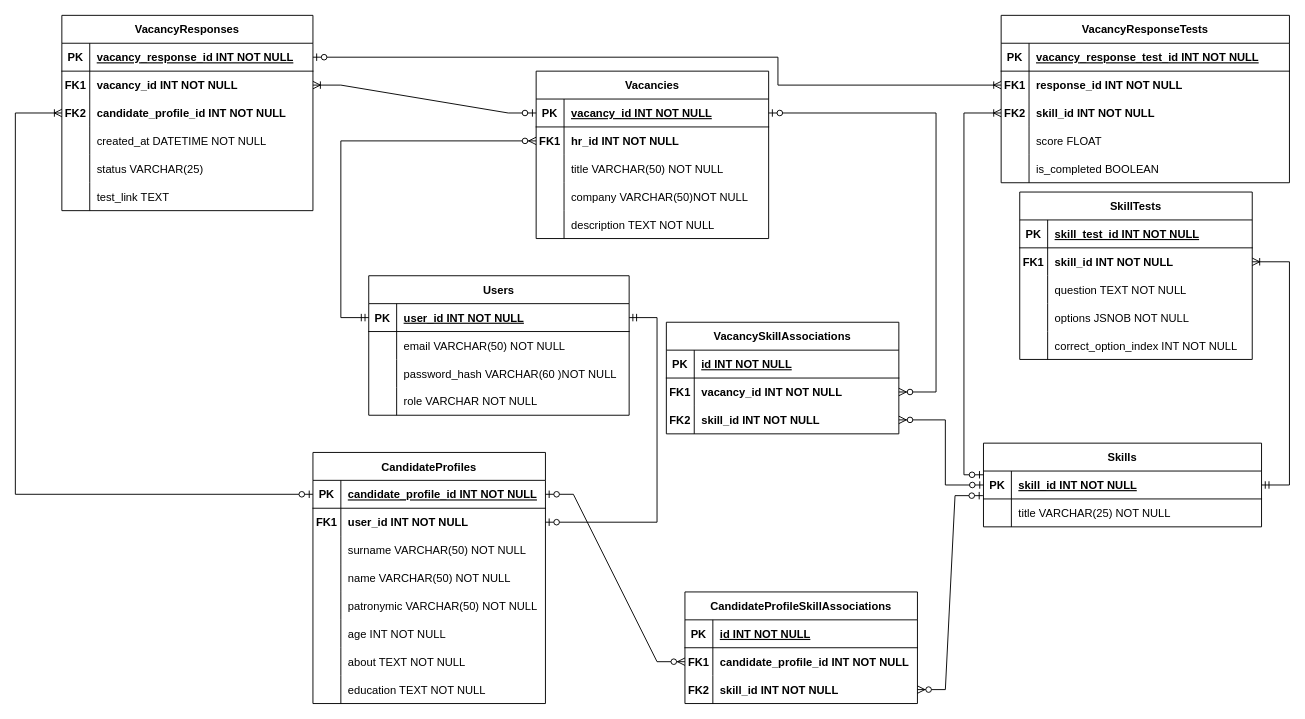
This is Дипломная работа/диаграммы/drawio/er.drawio from MatveyMahlyshev/vkrfiles, a draw.io file, before an edit. Source tidied: cells renumbered, new cells numbered last; positions are measured from the earlier drawing's top-left corner, leaving out a move shared by most shapes. Both pictures are drawn from the tidied source at 93%, with x=0, y=0 at pixel (15, 15).
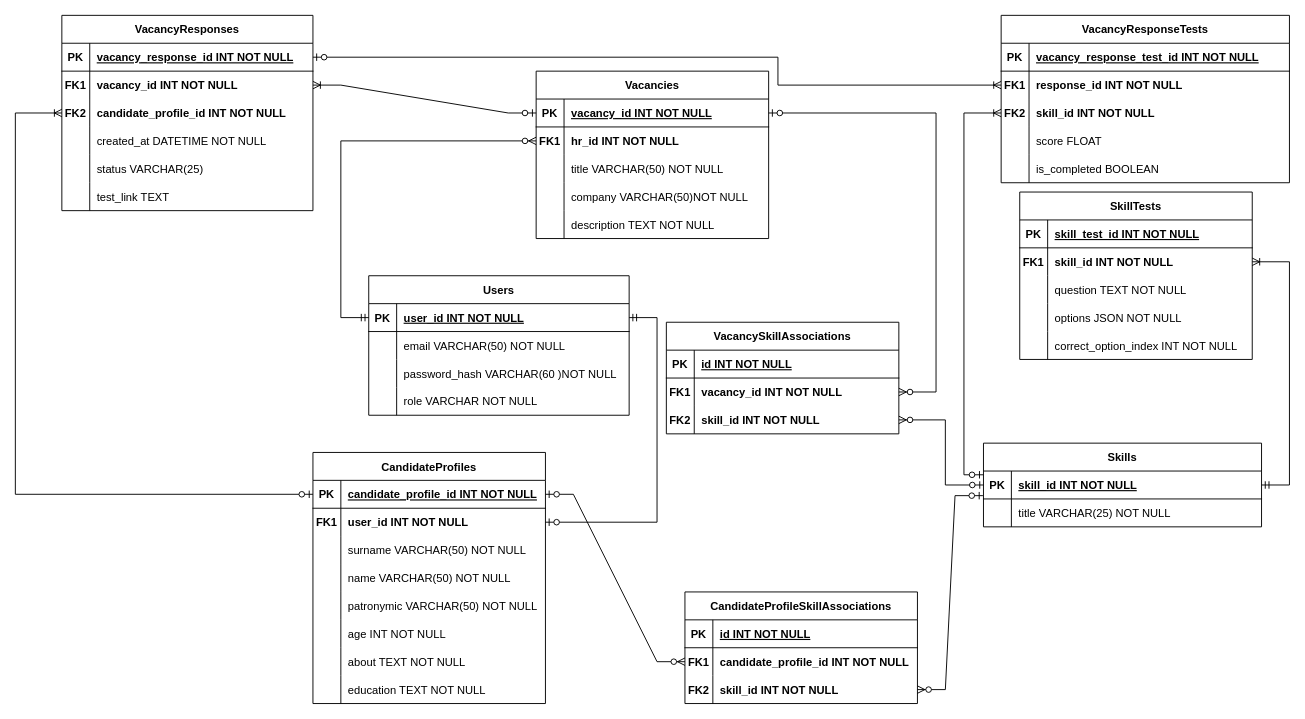
Above is the later version.

The change refers to these unchanged cells:
```xml
<mxCell id="69" style="shape=partialRectangle;fillColor=none;top=0;left=0;right=0;bottom=0;" parent="59" vertex="1">
  <mxGeometry y="120" width="250" height="30" as="geometry" />
</mxCell>
```

What changed in the source:
```diff
@@
-    <mxCell id="71" value="options JSNOB NOT NULL" style="shape=partialRectangle;overflow=hidden;fillColor=none;top=0;left=0;bottom=0;right=0;align=left;spacingLeft=6;" parent="69" vertex="1">
+    <mxCell id="71" value="options JSON NOT NULL" style="shape=partialRectangle;overflow=hidden;fillColor=none;top=0;left=0;bottom=0;right=0;align=left;spacingLeft=6;" parent="69" vertex="1">
       <mxGeometry x="30" width="220" height="30" as="geometry" />
     </mxCell>
```
